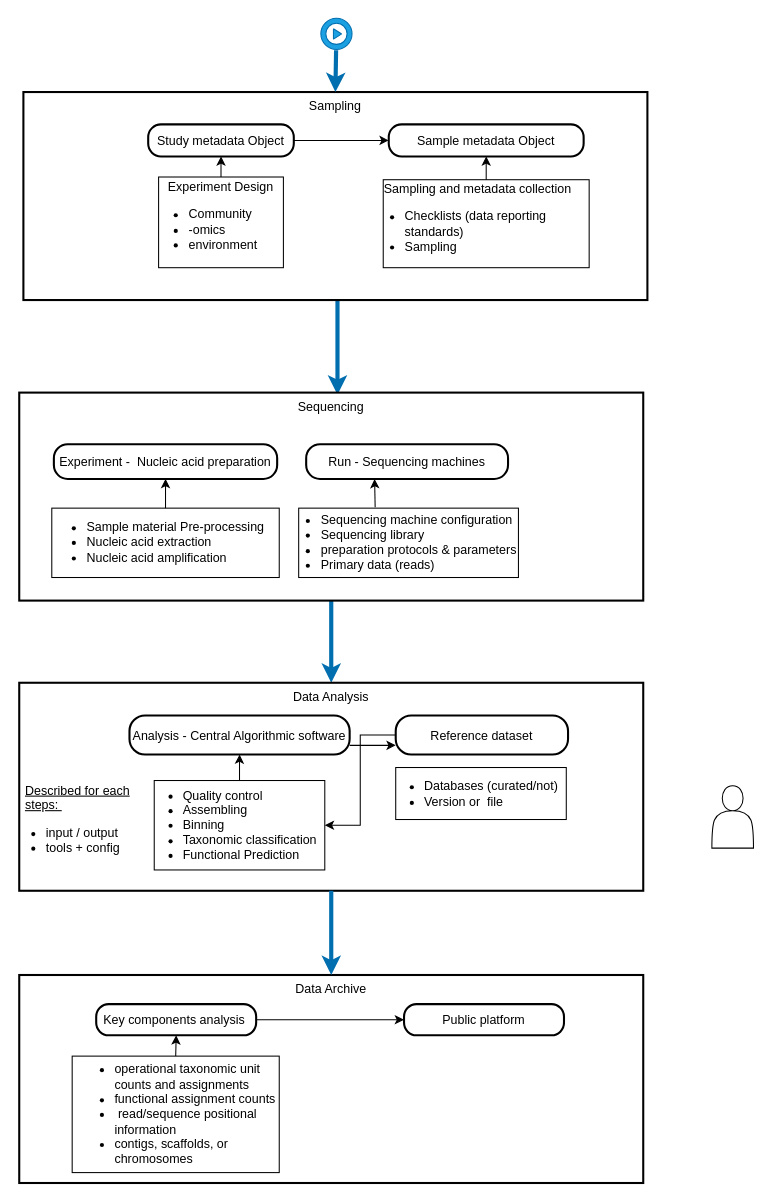
The draw.io diagram metaDaLi.drawio in Arzhura/DaLi, before the edit. Source tidied: cells renumbered, new cells numbered last; positions are measured from the earlier drawing's top-left corner, leaving out a move shared by most shapes. Both pictures are drawn from the tidied source at 104%, with x=0, y=0 at pixel (19, 18).
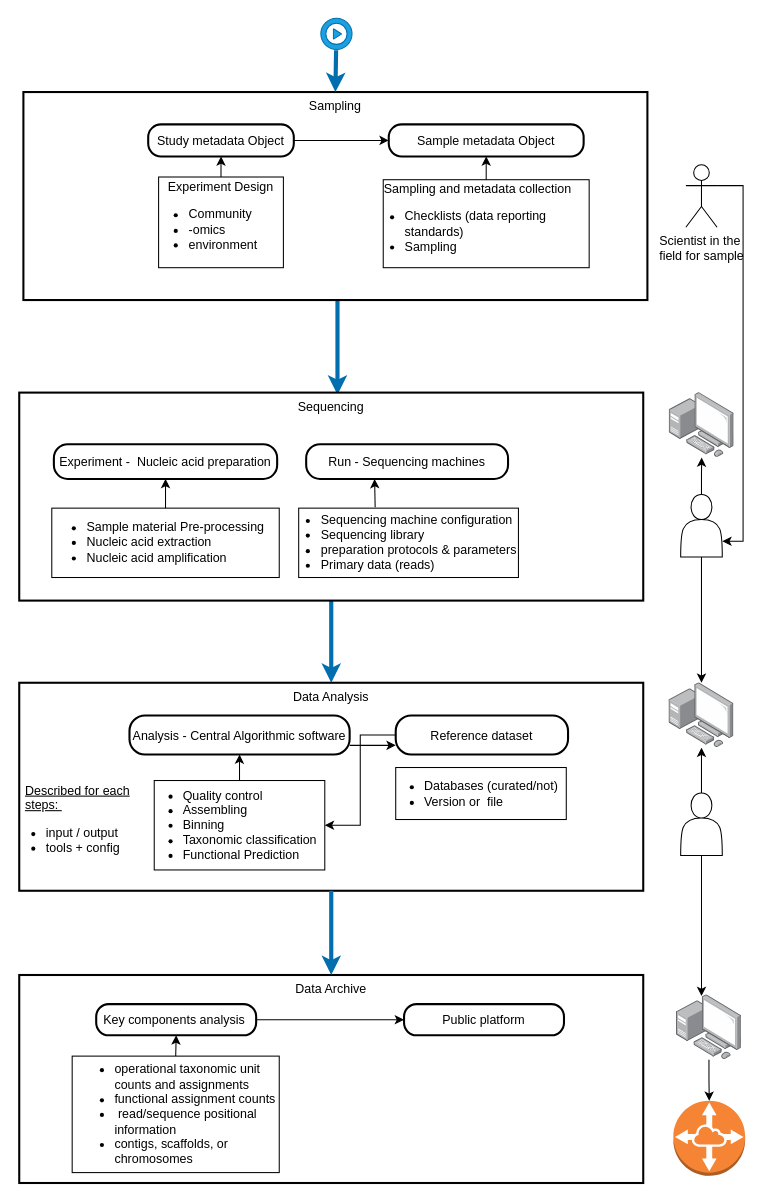
The same diagram, later.

The edit, as a diff of the source:
```diff
@@
+    <mxCell id="41" style="edgeStyle=orthogonalEdgeStyle;rounded=0;jettySize=auto;html=1;" parent="1" edge="1" source="36" target="47">
+      <mxGeometry relative="1" as="geometry" />
+    </mxCell>
     <mxCell id="36" style="shape=actor;whiteSpace=wrap;html=1;" parent="1" vertex="1">
-      <mxGeometry x="666" y="738" width="40" height="60" as="geometry" />
+      <mxGeometry x="636" y="745" width="40" height="60" as="geometry" />
     </mxCell>
@@
+    <mxCell id="42" style="edgeStyle=orthogonalEdgeStyle;rounded=0;jettySize=auto;html=1;" parent="1" edge="1" source="44" target="47">
+      <mxGeometry relative="1" as="geometry" />
+    </mxCell>
+    <mxCell id="43" style="edgeStyle=orthogonalEdgeStyle;rounded=0;jettySize=auto;html=1;" parent="1" edge="1" source="44" target="45">
+      <mxGeometry relative="1" as="geometry" />
+    </mxCell>
+    <mxCell id="44" style="shape=actor;whiteSpace=wrap;html=1;" parent="1" vertex="1">
+      <mxGeometry x="636" y="458" width="40" height="60" as="geometry" />
+    </mxCell>
+    <mxCell id="45" style="image;points=[];html=1;align=center;shadow=0;dashed=0;image=img/lib/allied_telesis/computer_and_terminals/Personal_Computer_with_Server.svg;" parent="1" vertex="1">
+      <mxGeometry x="625" y="360" width="62.4" height="62.4" as="geometry" />
+    </mxCell>
+    <mxCell id="46" style="outlineConnect=0;dashed=0;verticalLabelPosition=bottom;verticalAlign=top;align=center;html=1;shape=mxgraph.aws3.vpc_peering;fillColor=#F58534;gradientColor=none;" parent="1" vertex="1">
+      <mxGeometry x="629" y="1041" width="69" height="72" as="geometry" />
+    </mxCell>
+    <mxCell id="47" style="image;points=[];html=1;align=center;shadow=0;dashed=0;image=img/lib/allied_telesis/computer_and_terminals/Personal_Computer_with_Server.svg;" parent="1" vertex="1">
+      <mxGeometry x="624.8" y="639" width="62.4" height="62.4" as="geometry" />
+    </mxCell>
+    <mxCell id="48" style="image;points=[];html=1;align=center;shadow=0;dashed=0;image=img/lib/allied_telesis/computer_and_terminals/Personal_Computer_with_Server.svg;" parent="1" vertex="1">
+      <mxGeometry x="632" y="939" width="62.4" height="62.4" as="geometry" />
+    </mxCell>
+    <mxCell id="49" style="edgeStyle=orthogonalEdgeStyle;rounded=0;jettySize=auto;html=1;entryX=1;entryY=0.75;entryDx=0;entryDy=0;exitX=1;exitY=0.3333333333333333;exitDx=0;exitDy=0;exitPerimeter=0;" parent="1" edge="1" source="50" target="44">
+      <mxGeometry relative="1" as="geometry" />
+    </mxCell>
+    <mxCell id="50" value="Scientist in the&amp;nbsp;&lt;div&gt;field for sample&lt;div&gt;&lt;br&gt;&lt;/div&gt;&lt;/div&gt;" style="shape=umlActor;verticalLabelPosition=bottom;verticalAlign=top;html=1;outlineConnect=0;" parent="1" vertex="1">
+      <mxGeometry x="641" y="141" width="30" height="60" as="geometry" />
+    </mxCell>
+    <mxCell id="51" style="edgeStyle=orthogonalEdgeStyle;rounded=0;jettySize=auto;html=1;entryX=0.5;entryY=0;entryDx=0;entryDy=0;entryPerimeter=0;" parent="1" edge="1" source="48" target="46">
+      <mxGeometry relative="1" as="geometry" />
+    </mxCell>
+    <mxCell id="52" style="edgeStyle=orthogonalEdgeStyle;rounded=0;jettySize=auto;html=1;entryX=0.385;entryY=0.019;entryDx=0;entryDy=0;entryPerimeter=0;" parent="1" edge="1" source="36" target="48">
+      <mxGeometry relative="1" as="geometry" />
+    </mxCell>
```
